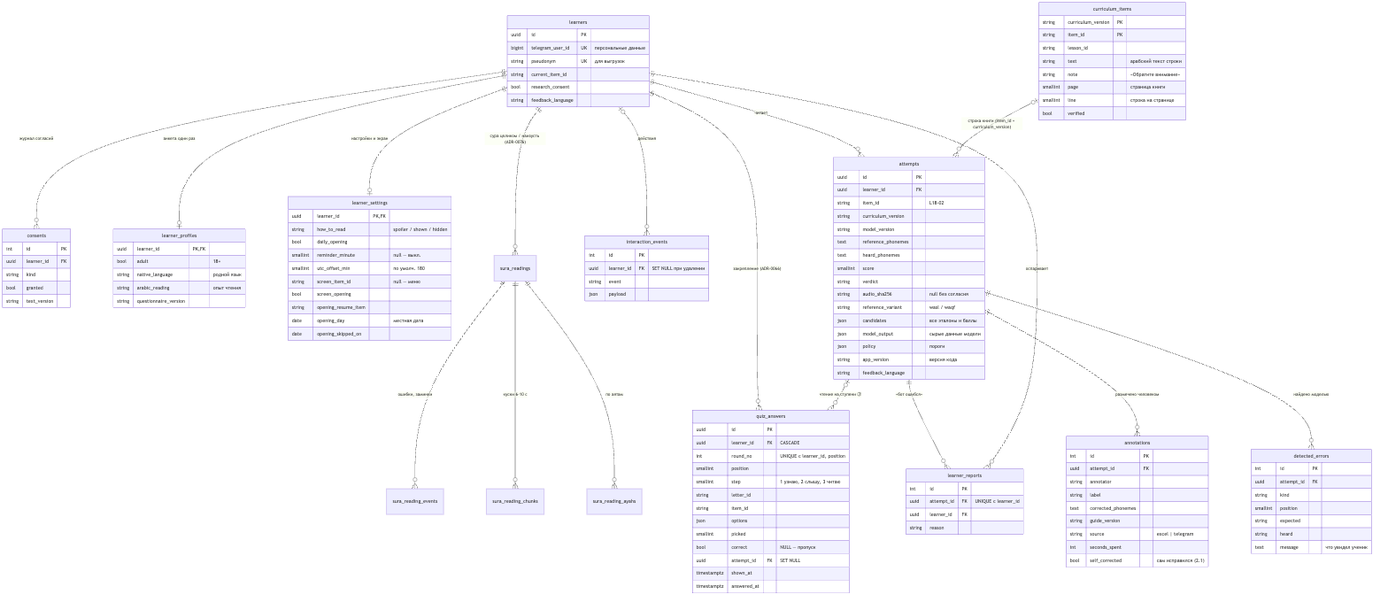
This is docs/architecture/diagrams/04-er.png from abdra04-gif/muallim, a Mermaid export, as it was before one commit. Its source is kept beside it as docs/architecture/diagrams/04-er.mmd.
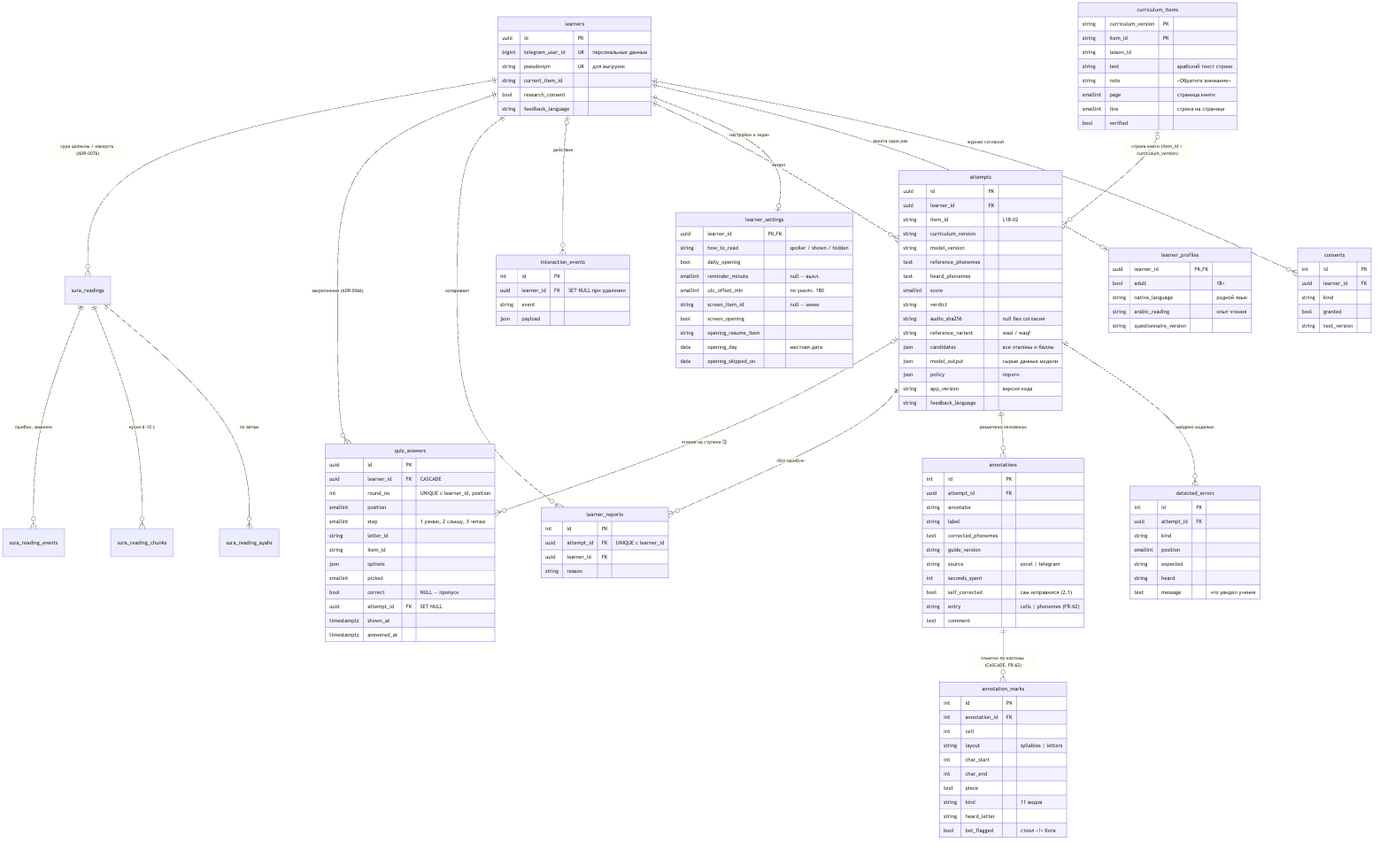
After the change.

Diff of the diagram source:
```diff
@@ -6,6 +6,7 @@
     learners |o--o{ interaction_events : "действия"
     attempts ||--o{ detected_errors : "найдено моделью"
     attempts ||--o{ annotations : "размечено человеком"
+    annotations ||--o{ annotation_marks : "отметки по клеткам (CASCADE, FR-62)"
     attempts ||--o{ learner_reports : "«бот ошибся»"
     learners ||--o{ learner_reports : "оспаривает"
     curriculum_items |o--o{ attempts : "строка книги (item_id + curriculum_version)"
@@ -103,6 +104,20 @@
         string source "excel | telegram"
         int seconds_spent
         bool self_corrected "сам исправился (2.1)"
+        string entry "cells | phonemes (FR-62)"
+        text comment
+    }
+    annotation_marks {
+        int id PK
+        int annotation_id FK
+        int cell
+        string layout "syllables | letters"
+        int char_start
+        int char_end
+        text piece
+        string kind "11 видов"
+        string heard_letter
+        bool bot_flagged "стоял «!» бота"
     }
     interaction_events {
         int id PK
```
